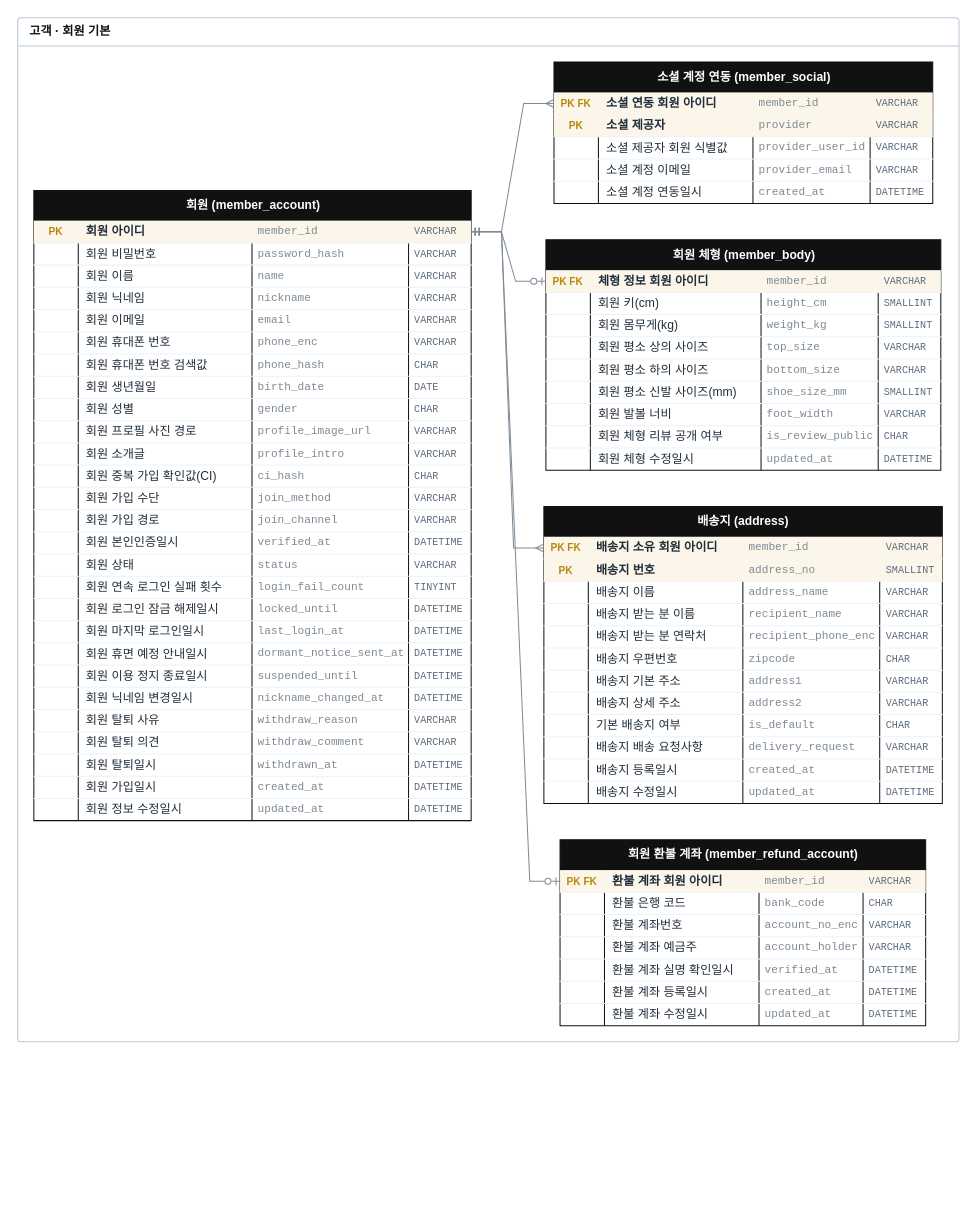
Earlier version of the draw.io diagram page "전체" (1 of 2) of docs/erd.drawio (jjonong/fashion-shoppingmall). Source tidied: cells renumbered, new cells numbered last; positions are measured from the earlier drawing's top-left corner, leaving out a move shared by most shapes. Both pictures are drawn from the tidied source at 101%, with x=0, y=0 at pixel (17, 17).
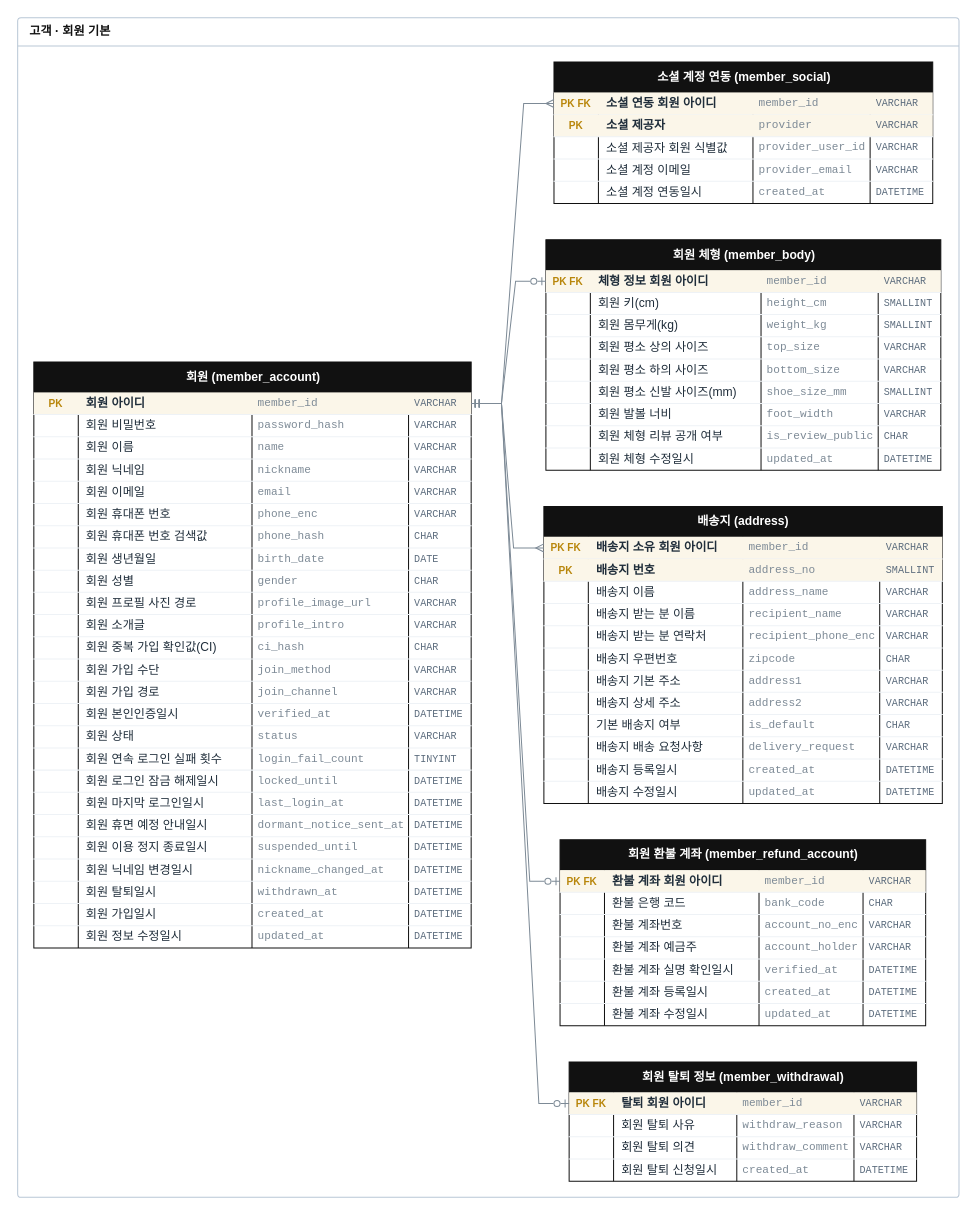
After the change.

Commit message (it also covers changes not shown here):
회원 탈퇴 사유·의견을 member_withdrawal(1:1)로 분리

The change refers to these unchanged cells:
```xml
<mxCell id="4" style="shape=tableRow;horizontal=0;startSize=0;swimlaneHead=0;swimlaneBody=0;fillColor=#FBF6E9;points=[[0,0.5],[1,0.5]];portConstraint=eastwest;top=0;left=0;right=0;bottom=1;strokeColor=#eef2f6;" parent="3" vertex="1">
  <mxGeometry y="30" width="433" height="22" as="geometry" />
</mxCell>
```

Diff of the diagram source:
```diff
@@
     <mxCell id="2" value="고객 · 회원 기본" style="swimlane;startSize=28;rounded=1;arcSize=4;fillColor=none;swimlaneFillColor=none;strokeColor=#b9c7d6;fontColor=#111111;fontStyle=1;align=left;spacingLeft=10;html=1;" parent="1" vertex="1">
-      <mxGeometry width="932" height="1014" as="geometry" />
+      <mxGeometry width="932" height="1168" as="geometry" />
     </mxCell>
     <mxCell id="3" value="회원 (member_account)" style="shape=table;startSize=30;childLayout=tableLayout;rowLines=0;fontStyle=1;align=center;html=1;fillColor=#111111;fontColor=#ffffff;strokeColor=#111111;swimlaneFillColor=#ffffff;" parent="2" vertex="1">
-      <mxGeometry x="16" y="171" width="433" height="624" as="geometry" />
+      <mxGeometry x="16" y="341" width="433" height="580" as="geometry" />
     </mxCell>
@@
-    <mxCell id="114" style="shape=tableRow;horizontal=0;startSize=0;swimlaneHead=0;swimlaneBody=0;fillColor=none;top=0;left=0;right=0;bottom=1;strokeColor=#eef2f6;" parent="3" vertex="1">
-      <mxGeometry y="514" width="433" height="22" as="geometry" />
-    </mxCell>
-    <mxCell id="115" style="shape=partialRectangle;fillColor=none;top=0;left=0;bottom=0;right=0;overflow=hidden;html=1;fontStyle=1;fontColor=#2f6496;fontSize=10;align=center;" parent="114" vertex="1">
-      <mxGeometry width="44" height="22" as="geometry" />
-    </mxCell>
-    <mxCell id="116" value="회원 탈퇴 사유" style="shape=partialRectangle;fillColor=none;top=0;left=0;bottom=0;right=0;overflow=hidden;html=1;fontStyle=0;fontColor=#1f2d3a;align=left;spacingLeft=6;" parent="114" vertex="1">
-      <mxGeometry x="44" width="172" height="22" as="geometry" />
-    </mxCell>
-    <mxCell id="117" value="withdraw_reason" style="shape=partialRectangle;fillColor=none;top=0;left=0;bottom=0;right=0;overflow=hidden;html=1;fontFamily=Consolas;fontColor=#7d8a96;fontSize=11;align=left;spacingLeft=4;" parent="114" vertex="1">
-      <mxGeometry x="216" width="155" height="22" as="geometry" />
-    </mxCell>
-    <mxCell id="118" value="VARCHAR" style="shape=partialRectangle;fillColor=none;top=0;left=0;bottom=0;right=0;overflow=hidden;html=1;fontFamily=Consolas;fontColor=#5d6d7e;fontSize=10;align=left;spacingLeft=4;" parent="114" vertex="1">
-      <mxGeometry x="371" width="62" height="22" as="geometry" />
-    </mxCell>
-    <mxCell id="119" style="shape=tableRow;horizontal=0;startSize=0;swimlaneHead=0;swimlaneBody=0;fillColor=none;top=0;left=0;right=0;bottom=1;strokeColor=#eef2f6;" parent="3" vertex="1">
-      <mxGeometry y="536" width="433" height="22" as="geometry" />
-    </mxCell>
-    <mxCell id="120" style="shape=partialRectangle;fillColor=none;top=0;left=0;bottom=0;right=0;overflow=hidden;html=1;fontStyle=1;fontColor=#2f6496;fontSize=10;align=center;" parent="119" vertex="1">
-      <mxGeometry width="44" height="22" as="geometry" />
-    </mxCell>
-    <mxCell id="121" value="회원 탈퇴 의견" style="shape=partialRectangle;fillColor=none;top=0;left=0;bottom=0;right=0;overflow=hidden;html=1;fontStyle=0;fontColor=#1f2d3a;align=left;spacingLeft=6;" parent="119" vertex="1">
-      <mxGeometry x="44" width="172" height="22" as="geometry" />
-    </mxCell>
-    <mxCell id="122" value="withdraw_comment" style="shape=partialRectangle;fillColor=none;top=0;left=0;bottom=0;right=0;overflow=hidden;html=1;fontFamily=Consolas;fontColor=#7d8a96;fontSize=11;align=left;spacingLeft=4;" parent="119" vertex="1">
-      <mxGeometry x="216" width="155" height="22" as="geometry" />
-    </mxCell>
-    <mxCell id="123" value="VARCHAR" style="shape=partialRectangle;fillColor=none;top=0;left=0;bottom=0;right=0;overflow=hidden;html=1;fontFamily=Consolas;fontColor=#5d6d7e;fontSize=10;align=left;spacingLeft=4;" parent="119" vertex="1">
-      <mxGeometry x="371" width="62" height="22" as="geometry" />
-    </mxCell>
     <mxCell id="124" style="shape=tableRow;horizontal=0;startSize=0;swimlaneHead=0;swimlaneBody=0;fillColor=none;top=0;left=0;right=0;bottom=1;strokeColor=#eef2f6;" parent="3" vertex="1">
-      <mxGeometry y="558" width="433" height="22" as="geometry" />
+      <mxGeometry y="514" width="433" height="22" as="geometry" />
     </mxCell>
@@
     <mxCell id="129" style="shape=tableRow;horizontal=0;startSize=0;swimlaneHead=0;swimlaneBody=0;fillColor=none;top=0;left=0;right=0;bottom=1;strokeColor=#eef2f6;" parent="3" vertex="1">
-      <mxGeometry y="580" width="433" height="22" as="geometry" />
+      <mxGeometry y="536" width="433" height="22" as="geometry" />
     </mxCell>
@@
     <mxCell id="134" style="shape=tableRow;horizontal=0;startSize=0;swimlaneHead=0;swimlaneBody=0;fillColor=none;top=0;left=0;right=0;bottom=0;strokeColor=#eef2f6;" parent="3" vertex="1">
-      <mxGeometry y="602" width="433" height="22" as="geometry" />
+      <mxGeometry y="558" width="433" height="22" as="geometry" />
     </mxCell>
@@
+    <mxCell id="312" value="회원 탈퇴 정보 (member_withdrawal)" style="shape=table;startSize=30;childLayout=tableLayout;rowLines=0;fontStyle=1;align=center;html=1;fillColor=#111111;fontColor=#ffffff;strokeColor=#111111;swimlaneFillColor=#ffffff;" parent="2" vertex="1">
+      <mxGeometry x="546" y="1034" width="344" height="118" as="geometry" />
+    </mxCell>
+    <mxCell id="313" style="shape=tableRow;horizontal=0;startSize=0;swimlaneHead=0;swimlaneBody=0;fillColor=#FBF6E9;points=[[0,0.5],[1,0.5]];portConstraint=eastwest;top=0;left=0;right=0;bottom=1;strokeColor=#eef2f6;" parent="312" vertex="1">
+      <mxGeometry y="30" width="344" height="22" as="geometry" />
+    </mxCell>
+    <mxCell id="314" value="PK FK" style="shape=partialRectangle;fillColor=none;top=0;left=0;bottom=0;right=0;overflow=hidden;html=1;fontStyle=1;fontColor=#B8860B;fontSize=10;align=center;" parent="313" vertex="1">
+      <mxGeometry width="44" height="22" as="geometry" />
+    </mxCell>
+    <mxCell id="315" value="탈퇴 회원 아이디" style="shape=partialRectangle;fillColor=none;top=0;left=0;bottom=0;right=0;overflow=hidden;html=1;fontStyle=1;fontColor=#1f2d3a;align=left;spacingLeft=6;" parent="313" vertex="1">
+      <mxGeometry x="44" width="122" height="22" as="geometry" />
+    </mxCell>
+    <mxCell id="316" value="member_id" style="shape=partialRectangle;fillColor=none;top=0;left=0;bottom=0;right=0;overflow=hidden;html=1;fontFamily=Consolas;fontColor=#7d8a96;fontSize=11;align=left;spacingLeft=4;" parent="313" vertex="1">
+      <mxGeometry x="166" width="116" height="22" as="geometry" />
+    </mxCell>
+    <mxCell id="317" value="VARCHAR" style="shape=partialRectangle;fillColor=none;top=0;left=0;bottom=0;right=0;overflow=hidden;html=1;fontFamily=Consolas;fontColor=#5d6d7e;fontSize=10;align=left;spacingLeft=4;" parent="313" vertex="1">
+      <mxGeometry x="282" width="62" height="22" as="geometry" />
+    </mxCell>
+    <mxCell id="318" style="shape=tableRow;horizontal=0;startSize=0;swimlaneHead=0;swimlaneBody=0;fillColor=none;top=0;left=0;right=0;bottom=1;strokeColor=#eef2f6;" parent="312" vertex="1">
+      <mxGeometry y="52" width="344" height="22" as="geometry" />
+    </mxCell>
+    <mxCell id="319" style="shape=partialRectangle;fillColor=none;top=0;left=0;bottom=0;right=0;overflow=hidden;html=1;fontStyle=1;fontColor=#2f6496;fontSize=10;align=center;" parent="318" vertex="1">
+      <mxGeometry width="44" height="22" as="geometry" />
+    </mxCell>
+    <mxCell id="116" value="회원 탈퇴 사유" style="shape=partialRectangle;fillColor=none;top=0;left=0;bottom=0;right=0;overflow=hidden;html=1;fontStyle=0;fontColor=#1f2d3a;align=left;spacingLeft=6;" parent="318" vertex="1">
+      <mxGeometry x="44" width="122" height="22" as="geometry" />
+    </mxCell>
+    <mxCell id="117" value="withdraw_reason" style="shape=partialRectangle;fillColor=none;top=0;left=0;bottom=0;right=0;overflow=hidden;html=1;fontFamily=Consolas;fontColor=#7d8a96;fontSize=11;align=left;spacingLeft=4;" parent="318" vertex="1">
+      <mxGeometry x="166" width="116" height="22" as="geometry" />
+    </mxCell>
+    <mxCell id="320" value="VARCHAR" style="shape=partialRectangle;fillColor=none;top=0;left=0;bottom=0;right=0;overflow=hidden;html=1;fontFamily=Consolas;fontColor=#5d6d7e;fontSize=10;align=left;spacingLeft=4;" parent="318" vertex="1">
+      <mxGeometry x="282" width="62" height="22" as="geometry" />
+    </mxCell>
+    <mxCell id="321" style="shape=tableRow;horizontal=0;startSize=0;swimlaneHead=0;swimlaneBody=0;fillColor=none;top=0;left=0;right=0;bottom=1;strokeColor=#eef2f6;" parent="312" vertex="1">
+      <mxGeometry y="74" width="344" height="22" as="geometry" />
+    </mxCell>
+    <mxCell id="322" style="shape=partialRectangle;fillColor=none;top=0;left=0;bottom=0;right=0;overflow=hidden;html=1;fontStyle=1;fontColor=#2f6496;fontSize=10;align=center;" parent="321" vertex="1">
+      <mxGeometry width="44" height="22" as="geometry" />
+    </mxCell>
+    <mxCell id="121" value="회원 탈퇴 의견" style="shape=partialRectangle;fillColor=none;top=0;left=0;bottom=0;right=0;overflow=hidden;html=1;fontStyle=0;fontColor=#1f2d3a;align=left;spacingLeft=6;" parent="321" vertex="1">
+      <mxGeometry x="44" width="122" height="22" as="geometry" />
+    </mxCell>
+    <mxCell id="122" value="withdraw_comment" style="shape=partialRectangle;fillColor=none;top=0;left=0;bottom=0;right=0;overflow=hidden;html=1;fontFamily=Consolas;fontColor=#7d8a96;fontSize=11;align=left;spacingLeft=4;" parent="321" vertex="1">
+      <mxGeometry x="166" width="116" height="22" as="geometry" />
+    </mxCell>
+    <mxCell id="323" value="VARCHAR" style="shape=partialRectangle;fillColor=none;top=0;left=0;bottom=0;right=0;overflow=hidden;html=1;fontFamily=Consolas;fontColor=#5d6d7e;fontSize=10;align=left;spacingLeft=4;" parent="321" vertex="1">
+      <mxGeometry x="282" width="62" height="22" as="geometry" />
+    </mxCell>
+    <mxCell id="324" style="shape=tableRow;horizontal=0;startSize=0;swimlaneHead=0;swimlaneBody=0;fillColor=none;top=0;left=0;right=0;bottom=0;strokeColor=#eef2f6;" parent="312" vertex="1">
+      <mxGeometry y="96" width="344" height="22" as="geometry" />
+    </mxCell>
+    <mxCell id="325" style="shape=partialRectangle;fillColor=none;top=0;left=0;bottom=0;right=0;overflow=hidden;html=1;fontStyle=1;fontColor=#2f6496;fontSize=10;align=center;" parent="324" vertex="1">
+      <mxGeometry width="44" height="22" as="geometry" />
+    </mxCell>
+    <mxCell id="326" value="회원 탈퇴 신청일시" style="shape=partialRectangle;fillColor=none;top=0;left=0;bottom=0;right=0;overflow=hidden;html=1;fontStyle=0;fontColor=#1f2d3a;align=left;spacingLeft=6;" parent="324" vertex="1">
+      <mxGeometry x="44" width="122" height="22" as="geometry" />
+    </mxCell>
+    <mxCell id="327" value="created_at" style="shape=partialRectangle;fillColor=none;top=0;left=0;bottom=0;right=0;overflow=hidden;html=1;fontFamily=Consolas;fontColor=#7d8a96;fontSize=11;align=left;spacingLeft=4;" parent="324" vertex="1">
+      <mxGeometry x="166" width="116" height="22" as="geometry" />
+    </mxCell>
+    <mxCell id="328" value="DATETIME" style="shape=partialRectangle;fillColor=none;top=0;left=0;bottom=0;right=0;overflow=hidden;html=1;fontFamily=Consolas;fontColor=#5d6d7e;fontSize=10;align=left;spacingLeft=4;" parent="324" vertex="1">
+      <mxGeometry x="282" width="62" height="22" as="geometry" />
+    </mxCell>
@@
+    <mxCell id="329" style="edgeStyle=entityRelationEdgeStyle;html=1;rounded=0;startArrow=ERzeroToOne;startFill=0;endArrow=ERmandOne;endFill=0;strokeColor=#7d8a96;" parent="1" edge="1" source="313" target="4">
+      <mxGeometry relative="1" as="geometry" />
+    </mxCell>
```
